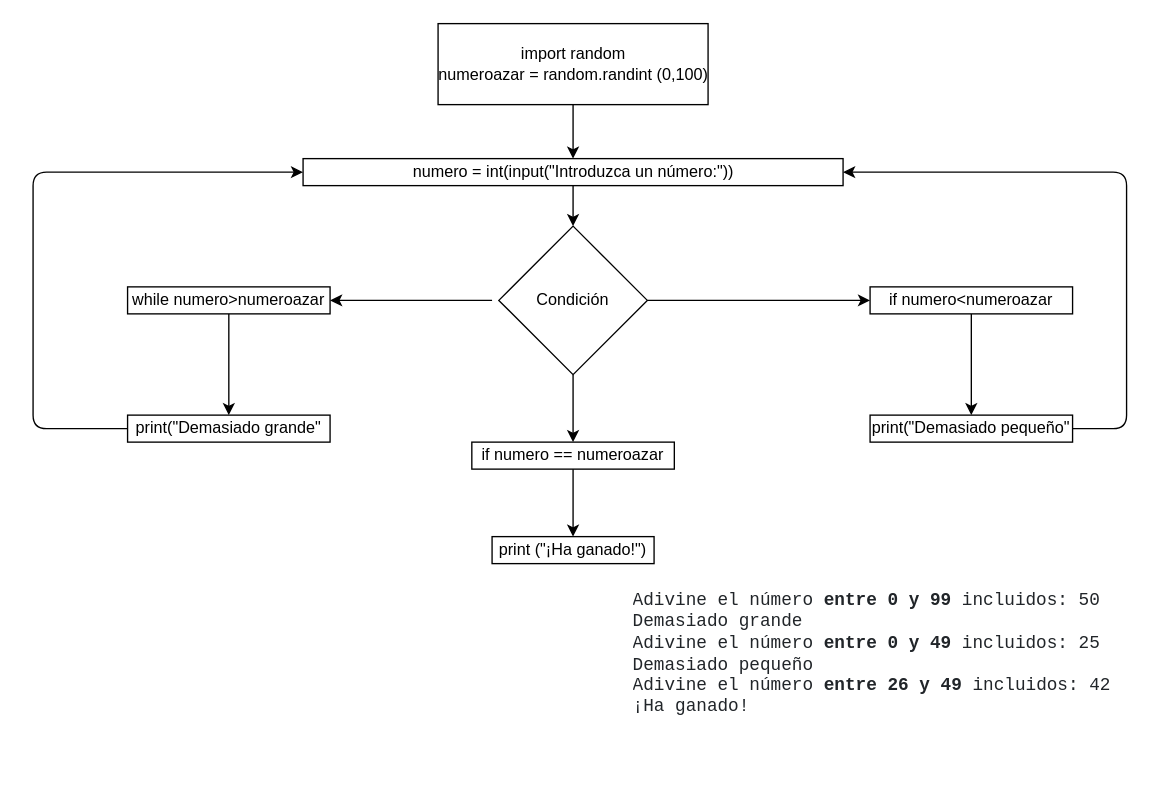
This is diagrama.drawio from mgonzalz/adivina_un_numero, a draw.io file, before an edit. Source tidied: cells renumbered, new cells numbered last; positions are measured from the earlier drawing's top-left corner, leaving out a move shared by most shapes. Both pictures are drawn from the tidied source at 135%, with x=0, y=0 at pixel (32, 23).
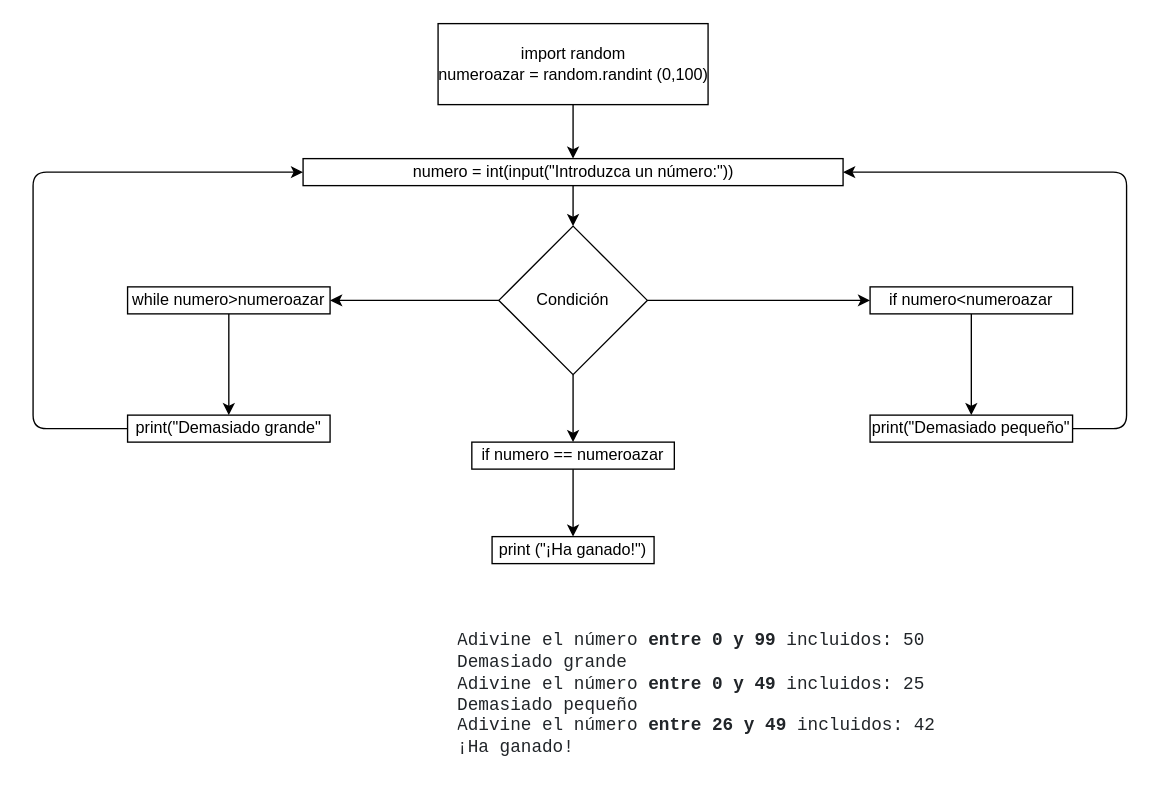
Above is the later version.

Unchanged cells that the change refers to:
```xml
<mxCell id="6" style="rhombus;whiteSpace=wrap;html=1;" parent="1" vertex="1">
  <mxGeometry x="345" y="150" width="110" height="110" as="geometry" />
</mxCell>
<mxCell id="14" style="rounded=0;whiteSpace=wrap;html=1;" parent="1" vertex="1">
  <mxGeometry x="70" y="195" width="150" height="20" as="geometry" />
</mxCell>
```

Diff of the diagram source:
```diff
@@
-    <mxCell id="7" style="edgeStyle=none;html=1;entryX=1;entryY=0.5;entryDx=0;entryDy=0;" parent="1" edge="1" target="14">
+    <mxCell id="7" style="edgeStyle=none;html=1;entryX=1;entryY=0.5;entryDx=0;entryDy=0;exitX=0;exitY=0.5;exitDx=0;exitDy=0;" parent="1" edge="1" source="6" target="14">
       <mxGeometry relative="1" as="geometry">
-        <mxPoint x="340" y="205" as="sourcePoint" />
         <Array as="points">
           <mxPoint x="290" y="205" />
         </Array>
       </mxGeometry>
     </mxCell>
@@
     <mxCell id="10" value="&lt;pre style=&quot;box-sizing: border-box ; font-family: , &amp;#34;menlo&amp;#34; , &amp;#34;monaco&amp;#34; , &amp;#34;consolas&amp;#34; , &amp;#34;liberation mono&amp;#34; , &amp;#34;courier new&amp;#34; , monospace ; font-size: 13.125px ; margin-top: 0px ; margin-bottom: 1rem ; overflow: auto ; color: rgb(33 , 37 , 41) ; text-align: left ; background-color: rgba(255 , 255 , 255 , 0.85)&quot;&gt;&lt;code style=&quot;box-sizing: border-box ; font-family: , &amp;#34;menlo&amp;#34; , &amp;#34;monaco&amp;#34; , &amp;#34;consolas&amp;#34; , &amp;#34;liberation mono&amp;#34; , &amp;#34;courier new&amp;#34; , monospace ; font-size: inherit ; overflow-wrap: break-word ; word-break: normal&quot;&gt;Adivine el número &lt;span style=&quot;box-sizing: border-box ; font-weight: bolder&quot;&gt;entre 0 y 99&lt;/span&gt; incluidos: 50&amp;nbsp;&lt;br/&gt;Demasiado grande&amp;nbsp;&lt;br/&gt;Adivine el número &lt;span style=&quot;box-sizing: border-box ; font-weight: bolder&quot;&gt;entre 0 y 49&lt;/span&gt; incluidos: 25&amp;nbsp;&lt;br/&gt;Demasiado pequeño&amp;nbsp;&lt;br/&gt;Adivine el número &lt;span style=&quot;box-sizing: border-box ; font-weight: bolder&quot;&gt;entre 26 y 49&lt;/span&gt; incluidos: 42&amp;nbsp;&lt;br/&gt;¡Ha ganado! &lt;/code&gt;&lt;/pre&gt;" style="text;html=1;align=center;verticalAlign=middle;fillColor=none;strokeColor=none;rounded=0;" parent="1" vertex="1">
-      <mxGeometry x="430" y="420" width="390" height="110" as="geometry" />
+      <mxGeometry x="300" y="450" width="390" height="110" as="geometry" />
     </mxCell>
```
